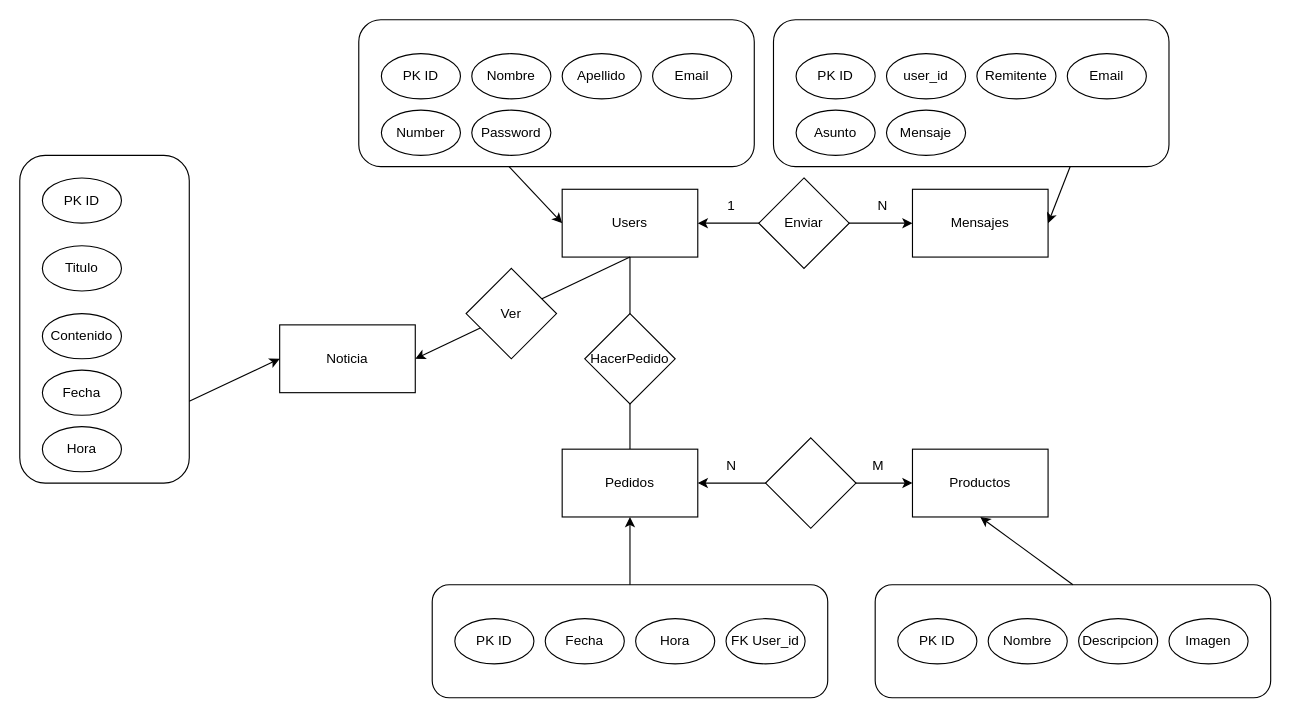
Earlier version of the draw.io diagram Diagrama2.drawio (JoseAlbort/Programacion). Source tidied: cells renumbered, new cells numbered last; positions are measured from the earlier drawing's top-left corner, leaving out a move shared by most shapes. Both pictures are drawn from the tidied source at 113%, with x=0, y=0 at pixel (-60, 19).
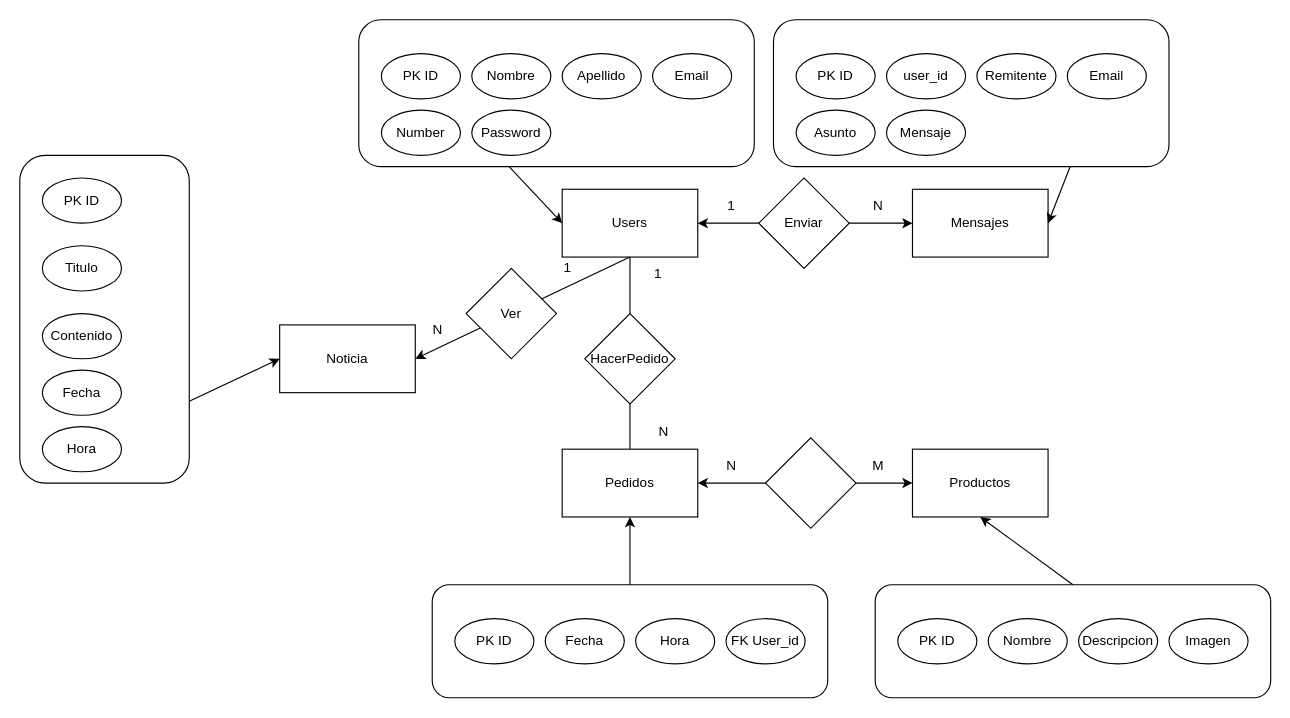
After the change.

Change to the diagram source:
```diff
@@
     <mxCell id="5" value="1" style="text;html=1;align=center;verticalAlign=middle;whiteSpace=wrap;rounded=0;" parent="1" vertex="1">
-      <mxGeometry x="670" y="150" width="60" height="30" as="geometry" />
+      <mxGeometry x="525" y="205" width="60" height="30" as="geometry" />
     </mxCell>
     <mxCell id="6" value="N" style="text;html=1;align=center;verticalAlign=middle;whiteSpace=wrap;rounded=0;" parent="1" vertex="1">
-      <mxGeometry x="804" y="150" width="60" height="30" as="geometry" />
+      <mxGeometry x="410" y="260" width="60" height="30" as="geometry" />
     </mxCell>
@@
+    <mxCell id="54" value="1" style="text;html=1;align=center;verticalAlign=middle;whiteSpace=wrap;rounded=0;" parent="1" vertex="1">
+      <mxGeometry x="670" y="150" width="60" height="30" as="geometry" />
+    </mxCell>
+    <mxCell id="55" value="N" style="text;html=1;align=center;verticalAlign=middle;whiteSpace=wrap;rounded=0;" parent="1" vertex="1">
+      <mxGeometry x="800" y="150" width="60" height="30" as="geometry" />
+    </mxCell>
+    <mxCell id="56" value="1" style="text;html=1;align=center;verticalAlign=middle;whiteSpace=wrap;rounded=0;" parent="1" vertex="1">
+      <mxGeometry x="605" y="210" width="60" height="30" as="geometry" />
+    </mxCell>
+    <mxCell id="57" value="N" style="text;html=1;align=center;verticalAlign=middle;whiteSpace=wrap;rounded=0;" parent="1" vertex="1">
+      <mxGeometry x="610" y="350" width="60" height="30" as="geometry" />
+    </mxCell>
```
